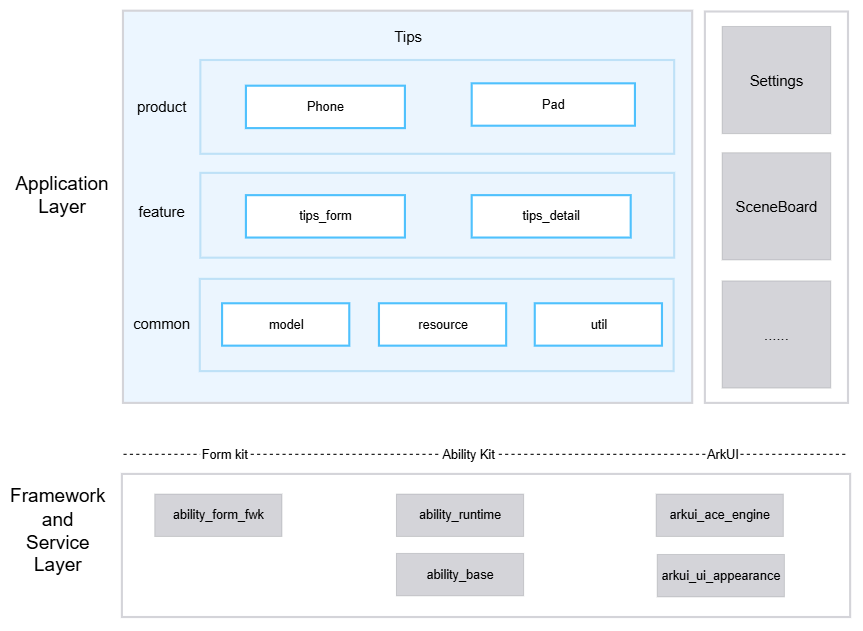
The draw.io diagram docs/figures/tips_architecture_en.png in openharmony/applications_tips, before a commit. Source tidied: cells renumbered, new cells last; positions are measured from the earlier drawing's top-left corner, leaving out a move shared by most shapes.
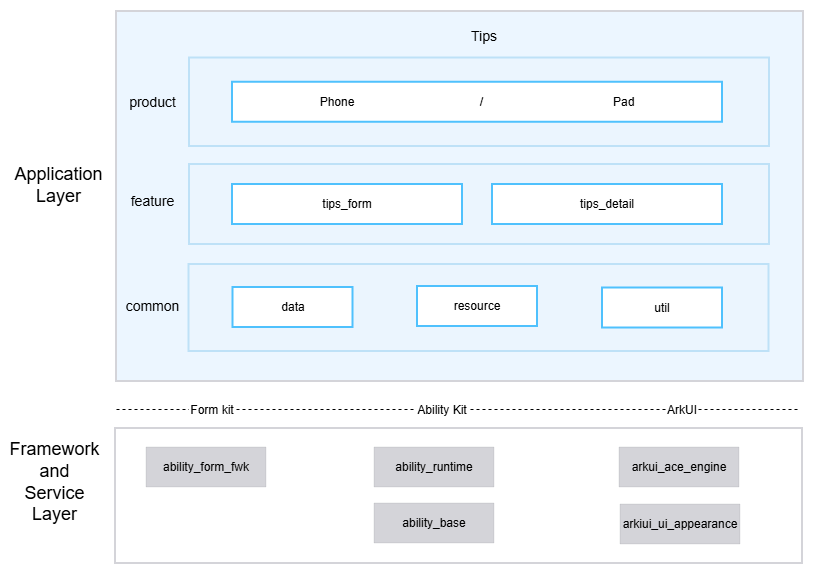
After the change.

Commit message:
修改README并优化架构图

Diff of the diagram source:
```diff
@@ -3,50 +3,41 @@
     <mxCell id="0" />
     <mxCell id="1" parent="0" />
     <mxCell id="2" style="rounded=0;whiteSpace=wrap;html=1;strokeColor=#D4D4D9;strokeWidth=2;perimeterSpacing=0;fillColor=light-dark(#ecf6ff, #1D293B);" parent="1" vertex="1">
-      <mxGeometry x="95" width="537" height="370" as="geometry" />
+      <mxGeometry x="95" width="687" height="370" as="geometry" />
     </mxCell>
-    <mxCell id="3" style="rounded=0;whiteSpace=wrap;html=1;strokeWidth=2;perimeterSpacing=0;strokeColor=#D4D4D9;" parent="1" vertex="1">
-      <mxGeometry x="644" y="0.8" width="135" height="369.2" as="geometry" />
-    </mxCell>
     <mxCell id="4" value="&lt;span style=&quot;font-size: 14px; font-weight: 400;&quot;&gt;Tips&lt;/span&gt;" style="text;html=1;whiteSpace=wrap;strokeColor=none;fillColor=none;align=center;verticalAlign=middle;rounded=0;fontStyle=1;" parent="1" vertex="1">
-      <mxGeometry x="253.5" y="0.8" width="220" height="48" as="geometry" />
+      <mxGeometry x="353" y="0.8" width="220" height="48" as="geometry" />
     </mxCell>
     <mxCell id="5" style="rounded=0;whiteSpace=wrap;html=1;strokeColor=#D4D4D9;strokeWidth=2;" parent="1" vertex="1">
-      <mxGeometry x="94" y="437" width="687" height="135" as="geometry" />
+      <mxGeometry x="94" y="417" width="687" height="135" as="geometry" />
     </mxCell>
-    <mxCell id="6" value="&lt;div&gt;SceneBoard&lt;/div&gt;" style="rounded=0;whiteSpace=wrap;html=1;fontSize=14;fillColor=light-dark(#d4d4d9, #202020);strokeColor=#36393d;strokeWidth=0;" parent="1" vertex="1">
-      <mxGeometry x="660.2" y="134" width="102.5" height="101.1" as="geometry" />
-    </mxCell>
     <mxCell id="7" value="ability_form_fwk" style="rounded=0;whiteSpace=wrap;html=1;fillColor=#D4D4D9;strokeColor=#36393d;strokeWidth=0;" parent="1" vertex="1">
-      <mxGeometry x="125" y="456" width="120" height="40" as="geometry" />
+      <mxGeometry x="125" y="436" width="120" height="40" as="geometry" />
     </mxCell>
     <mxCell id="8" value="ability_base" style="rounded=0;whiteSpace=wrap;html=1;fillColor=#D4D4D9;strokeColor=#36393d;strokeWidth=0;" parent="1" vertex="1">
-      <mxGeometry x="353" y="512" width="120" height="40" as="geometry" />
+      <mxGeometry x="353" y="492" width="120" height="40" as="geometry" />
     </mxCell>
     <mxCell id="9" value="ability_runtime" style="rounded=0;whiteSpace=wrap;html=1;fillColor=#D4D4D9;strokeColor=#36393d;strokeWidth=0;" parent="1" vertex="1">
-      <mxGeometry x="353" y="456" width="120" height="40" as="geometry" />
+      <mxGeometry x="353" y="436" width="120" height="40" as="geometry" />
     </mxCell>
     <mxCell id="10" value="arkui_ace_engine" style="rounded=0;whiteSpace=wrap;html=1;fillColor=#D4D4D9;strokeColor=#36393d;strokeWidth=0;" parent="1" vertex="1">
-      <mxGeometry x="598" y="456" width="120" height="40" as="geometry" />
+      <mxGeometry x="598" y="436" width="120" height="40" as="geometry" />
     </mxCell>
-    <mxCell id="11" value="Application Layer" style="text;html=1;whiteSpace=wrap;strokeColor=none;fillColor=none;align=center;verticalAlign=middle;rounded=0;labelWidth=1;fontSize=18;" parent="1" vertex="1">
+    <mxCell id="11" value="Application&lt;div&gt;Layer&lt;/div&gt;" style="text;html=1;whiteSpace=wrap;strokeColor=none;fillColor=none;align=center;verticalAlign=middle;rounded=0;labelWidth=1;fontSize=18;" parent="1" vertex="1">
       <mxGeometry x="7" y="159" width="60" height="30" as="geometry" />
     </mxCell>
-    <mxCell id="12" value="Framework and Service Layer" style="text;html=1;whiteSpace=wrap;strokeColor=none;fillColor=none;align=center;verticalAlign=middle;rounded=0;fontSize=18;" parent="1" vertex="1">
-      <mxGeometry y="476" width="67" height="30" as="geometry" />
+    <mxCell id="12" value="Framework&lt;div&gt;and&lt;/div&gt;&lt;div&gt;Service&lt;/div&gt;&lt;div&gt;Layer&lt;/div&gt;" style="text;html=1;whiteSpace=wrap;strokeColor=none;fillColor=none;align=center;verticalAlign=middle;rounded=0;fontSize=18;" parent="1" vertex="1">
+      <mxGeometry y="456" width="67" height="30" as="geometry" />
     </mxCell>
     <mxCell id="13" value="&lt;font style=&quot;font-size: 14px;&quot;&gt;product&lt;/font&gt;" style="text;html=1;whiteSpace=wrap;strokeColor=none;fillColor=none;align=center;verticalAlign=middle;rounded=0;rotation=0;direction=east;textDirection=rtl;" parent="1" vertex="1">
       <mxGeometry x="121" y="48.8" width="21" height="84" as="geometry" />
     </mxCell>
     <mxCell id="14" style="rounded=0;whiteSpace=wrap;html=1;fillColor=#EBF5FE;strokeColor=light-dark(#BEE1F7,#5C79A3);strokeWidth=2;" parent="1" vertex="1">
-      <mxGeometry x="168" y="46.5" width="447" height="88.5" as="geometry" />
+      <mxGeometry x="168" y="46.5" width="580" height="88.5" as="geometry" />
     </mxCell>
-    <mxCell id="15" value="Phone" style="rounded=0;whiteSpace=wrap;html=1;strokeColor=#4FC1FD;strokeWidth=2;" parent="1" vertex="1">
-      <mxGeometry x="211" y="70.8" width="150" height="40" as="geometry" />
+    <mxCell id="15" value="Phone&lt;span style=&quot;white-space: pre;&quot;&gt;&#9;&lt;/span&gt;&lt;span style=&quot;white-space: pre;&quot;&gt;&#9;&lt;/span&gt;&lt;span style=&quot;white-space: pre;&quot;&gt;&#9;&lt;/span&gt;&lt;span style=&quot;white-space: pre;&quot;&gt;&#9;&lt;span style=&quot;white-space: pre;&quot;&gt;&#9;&lt;/span&gt;&lt;/span&gt;/&lt;span style=&quot;white-space: pre;&quot;&gt;&#9;&lt;span style=&quot;white-space: pre;&quot;&gt;&#9;&lt;span style=&quot;white-space: pre;&quot;&gt;&#9;&lt;span style=&quot;white-space: pre;&quot;&gt;&#9;&lt;span style=&quot;white-space: pre;&quot;&gt;&#9;&lt;/span&gt;&lt;/span&gt;&lt;/span&gt;&lt;/span&gt;&lt;/span&gt;Pad" style="rounded=0;whiteSpace=wrap;html=1;strokeColor=#4FC1FD;strokeWidth=2;" parent="1" vertex="1">
+      <mxGeometry x="211" y="70.8" width="490" height="40" as="geometry" />
     </mxCell>
-    <mxCell id="16" value="Pad" style="rounded=0;whiteSpace=wrap;html=1;strokeColor=#4FC1FD;strokeWidth=2;" parent="1" vertex="1">
-      <mxGeometry x="424" y="68.5" width="154" height="40" as="geometry" />
-    </mxCell>
     <mxCell id="17" value="&lt;span style=&quot;font-size: 14px;&quot;&gt;feature&lt;/span&gt;" style="text;html=1;whiteSpace=wrap;strokeColor=none;fillColor=none;align=center;verticalAlign=middle;rounded=0;rotation=0;direction=east;textDirection=rtl;" parent="1" vertex="1">
       <mxGeometry x="121" y="147.5" width="21" height="84" as="geometry" />
     </mxCell>
@@ -54,49 +45,43 @@
       <mxGeometry x="121" y="253" width="21" height="84" as="geometry" />
     </mxCell>
     <mxCell id="19" style="rounded=0;whiteSpace=wrap;html=1;fillColor=#EBF5FE;strokeColor=#BEE1F7;strokeWidth=2;" parent="1" vertex="1">
-      <mxGeometry x="168" y="153" width="447" height="80" as="geometry" />
+      <mxGeometry x="168" y="153" width="580" height="80" as="geometry" />
     </mxCell>
     <mxCell id="20" value="tips_form" style="rounded=0;whiteSpace=wrap;html=1;strokeColor=#4FC1FD;strokeWidth=2;" parent="1" vertex="1">
-      <mxGeometry x="211" y="174" width="150" height="40" as="geometry" />
+      <mxGeometry x="211" y="173" width="230" height="40" as="geometry" />
     </mxCell>
     <mxCell id="21" value="tips_detail" style="rounded=0;whiteSpace=wrap;html=1;strokeColor=#4FC1FD;strokeWidth=2;" parent="1" vertex="1">
-      <mxGeometry x="424" y="174" width="150" height="40" as="geometry" />
+      <mxGeometry x="471" y="173" width="230" height="40" as="geometry" />
     </mxCell>
     <mxCell id="22" style="rounded=0;whiteSpace=wrap;html=1;fillColor=#EBF5FE;strokeColor=#BEE1F7;strokeWidth=2;" parent="1" vertex="1">
-      <mxGeometry x="167.5" y="253" width="447" height="87" as="geometry" />
+      <mxGeometry x="167.5" y="253" width="580" height="87" as="geometry" />
     </mxCell>
-    <mxCell id="23" value="model" style="rounded=0;whiteSpace=wrap;html=1;strokeColor=#4FC1FD;strokeWidth=2;" parent="1" vertex="1">
-      <mxGeometry x="188.5" y="276" width="120" height="40" as="geometry" />
+    <mxCell id="23" value="data" style="rounded=0;whiteSpace=wrap;html=1;strokeColor=#4FC1FD;strokeWidth=2;" parent="1" vertex="1">
+      <mxGeometry x="211.5" y="276" width="120" height="40" as="geometry" />
     </mxCell>
     <mxCell id="24" value="resource" style="rounded=0;whiteSpace=wrap;html=1;strokeColor=#4FC1FD;strokeWidth=2;" parent="1" vertex="1">
-      <mxGeometry x="336.5" y="276" width="120" height="40" as="geometry" />
+      <mxGeometry x="396" y="275" width="120" height="40" as="geometry" />
     </mxCell>
     <mxCell id="25" style="endArrow=none;dashed=1;html=1;rounded=0;labelBackgroundColor=default;" parent="1" edge="1">
       <mxGeometry relative="1" as="geometry">
-        <mxPoint x="95" y="418" as="sourcePoint" />
-        <mxPoint x="779" y="418" as="targetPoint" />
+        <mxPoint x="95" y="398" as="sourcePoint" />
+        <mxPoint x="779" y="398" as="targetPoint" />
       </mxGeometry>
     </mxCell>
     <mxCell id="26" value="Ability Kit" style="text;html=1;whiteSpace=wrap;strokeColor=none;fillColor=none;align=center;verticalAlign=middle;rounded=0;labelBackgroundColor=default;labelBorderColor=#FFFFFF;" parent="1" vertex="1">
-      <mxGeometry x="391" y="404" width="60" height="30" as="geometry" />
+      <mxGeometry x="391" y="384" width="60" height="30" as="geometry" />
     </mxCell>
     <mxCell id="27" value="Form kit" style="text;html=1;whiteSpace=wrap;strokeColor=none;fillColor=none;align=center;verticalAlign=middle;rounded=0;labelBackgroundColor=default;labelBorderColor=#FFFFFF;" parent="1" vertex="1">
-      <mxGeometry x="161" y="404" width="60" height="30" as="geometry" />
+      <mxGeometry x="161" y="384" width="60" height="30" as="geometry" />
     </mxCell>
     <mxCell id="28" value="util" style="rounded=0;whiteSpace=wrap;html=1;strokeColor=#4FC1FD;strokeWidth=2;" parent="1" vertex="1">
-      <mxGeometry x="483.5" y="276" width="120" height="40" as="geometry" />
+      <mxGeometry x="581" y="276.5" width="120" height="40" as="geometry" />
     </mxCell>
     <mxCell id="29" value="ArkUI" style="text;html=1;whiteSpace=wrap;strokeColor=none;fillColor=none;align=center;verticalAlign=middle;rounded=0;labelBackgroundColor=default;labelBorderColor=#FFFFFF;" parent="1" vertex="1">
-      <mxGeometry x="631" y="404" width="60" height="30" as="geometry" />
+      <mxGeometry x="631" y="384" width="60" height="30" as="geometry" />
     </mxCell>
-    <mxCell id="30" value="&lt;div&gt;Settings&lt;/div&gt;" style="rounded=0;whiteSpace=wrap;html=1;fontSize=14;fillColor=light-dark(#d4d4d9, #202020);strokeColor=#36393d;strokeWidth=0;" parent="1" vertex="1">
-      <mxGeometry x="660.2" y="14.9" width="102.5" height="101.1" as="geometry" />
-    </mxCell>
-    <mxCell id="31" value="&lt;div&gt;......&lt;/div&gt;" style="rounded=0;whiteSpace=wrap;html=1;fontSize=14;fillColor=light-dark(#d4d4d9, #202020);strokeColor=#36393d;strokeWidth=0;" parent="1" vertex="1">
-      <mxGeometry x="660.2" y="254.9" width="102.5" height="101.1" as="geometry" />
-    </mxCell>
-    <mxCell id="32" value="arkui_ui_appearance" style="rounded=0;whiteSpace=wrap;html=1;fillColor=#D4D4D9;strokeColor=#36393d;strokeWidth=0;" parent="1" vertex="1">
-      <mxGeometry x="599" y="513" width="120" height="40" as="geometry" />
+    <mxCell id="32" value="arkiui_ui_appearance" style="rounded=0;whiteSpace=wrap;html=1;fillColor=#D4D4D9;strokeColor=#36393d;strokeWidth=0;" parent="1" vertex="1">
+      <mxGeometry x="599" y="493" width="120" height="40" as="geometry" />
     </mxCell>
   </root>
 </mxGraphModel>
```
